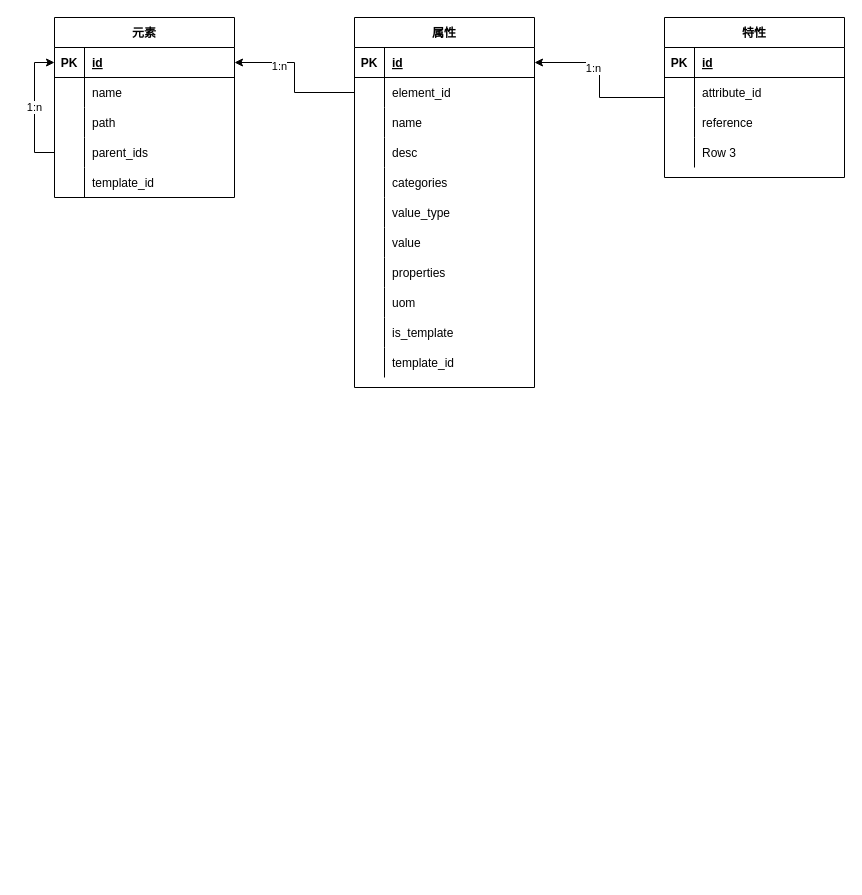
Before: 资产框架.drawio in huhailong147/Test, a draw.io diagram. Source tidied: cells renumbered, new cells numbered last; positions are measured from the earlier drawing's top-left corner, leaving out a move shared by most shapes. Both pictures are drawn from the tidied source at 100%, with x=0, y=0 at pixel (54, 17).
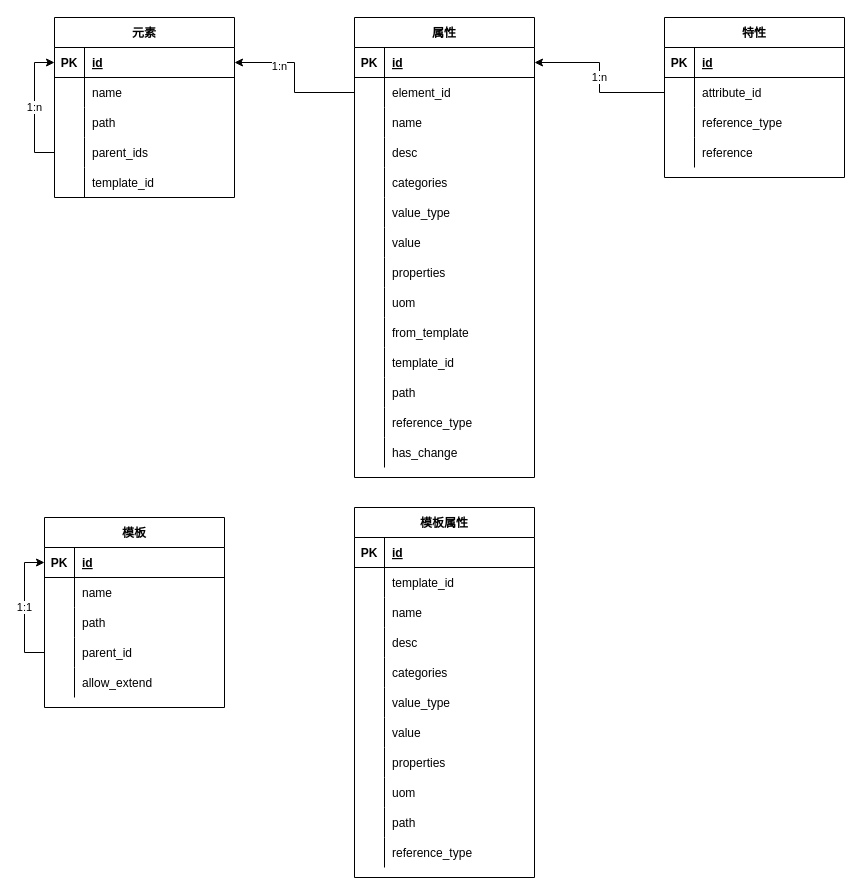
After the change.

The change refers to these unchanged cells:
```xml
<mxCell id="22" style="shape=partialRectangle;fillColor=none;top=0;left=0;bottom=1;right=0;points=[[0,0.5],[1,0.5]];portConstraint=eastwest;" parent="21" vertex="1">
  <mxGeometry y="30" width="180" height="30" as="geometry" />
</mxCell>
<mxCell id="49" style="shape=partialRectangle;fillColor=none;top=0;left=0;bottom=0;right=0;" parent="21" vertex="1">
  <mxGeometry y="300" width="180" height="30" as="geometry" />
</mxCell>
<mxCell id="57" value="特性" style="shape=table;startSize=30;childLayout=tableLayout;rowLines=0;fontStyle=1;align=center;" parent="1" vertex="1">
  <mxGeometry x="610" width="180" height="160" as="geometry" />
</mxCell>
<mxCell id="61" style="shape=partialRectangle;fillColor=none;top=0;left=0;bottom=0;right=0;points=[[0,0.5],[1,0.5]];portConstraint=eastwest;" parent="57" vertex="1">
  <mxGeometry y="60" width="180" height="30" as="geometry" />
</mxCell>
```

What changed in the source:
```diff
@@
     <mxCell id="21" value="属性" style="shape=table;startSize=30;childLayout=tableLayout;rowLines=0;fontStyle=1;align=center;" parent="1" vertex="1">
-      <mxGeometry x="300" width="180" height="370" as="geometry" />
+      <mxGeometry x="300" width="180" height="460" as="geometry" />
     </mxCell>
@@
-    <mxCell id="51" value="is_template" style="shape=partialRectangle;fillColor=none;top=0;left=0;bottom=0;right=0;align=left;spacingLeft=6;overflow=hidden;" parent="49" vertex="1">
+    <mxCell id="51" value="from_template" style="shape=partialRectangle;fillColor=none;top=0;left=0;bottom=0;right=0;align=left;spacingLeft=6;overflow=hidden;" parent="49" vertex="1">
       <mxGeometry x="30" width="150" height="30" as="geometry" />
     </mxCell>
@@
-    <mxCell id="55" style="edgeStyle=orthogonalEdgeStyle;rounded=0;jettySize=auto;html=1;entryX=1;entryY=0.5;entryDx=0;entryDy=0;" parent="1" edge="1" source="57" target="22">
-      <mxGeometry relative="1" as="geometry" />
-    </mxCell>
-    <mxCell id="56" value="1:n" style="edgeLabel;html=1;align=center;verticalAlign=middle;" parent="55" vertex="1">
-      <mxGeometry x="0.3" y="5" relative="1" as="geometry" />
-    </mxCell>
+    <mxCell id="70" style="shape=partialRectangle;fillColor=none;top=0;left=0;bottom=0;right=0;" parent="21" vertex="1">
+      <mxGeometry y="360" width="180" height="30" as="geometry" />
+    </mxCell>
+    <mxCell id="71" style="shape=partialRectangle;fillColor=none;top=0;left=0;bottom=0;right=0;overflow=hidden;" parent="70" vertex="1">
+      <mxGeometry width="30" height="30" as="geometry" />
+    </mxCell>
+    <mxCell id="72" value="path" style="shape=partialRectangle;fillColor=none;top=0;left=0;bottom=0;right=0;align=left;spacingLeft=6;overflow=hidden;" parent="70" vertex="1">
+      <mxGeometry x="30" width="150" height="30" as="geometry" />
+    </mxCell>
+    <mxCell id="73" style="shape=partialRectangle;fillColor=none;top=0;left=0;bottom=0;right=0;" parent="21" vertex="1">
+      <mxGeometry y="390" width="180" height="30" as="geometry" />
+    </mxCell>
+    <mxCell id="74" style="shape=partialRectangle;fillColor=none;top=0;left=0;bottom=0;right=0;overflow=hidden;" parent="73" vertex="1">
+      <mxGeometry width="30" height="30" as="geometry" />
+    </mxCell>
+    <mxCell id="75" value="reference_type" style="shape=partialRectangle;fillColor=none;top=0;left=0;bottom=0;right=0;align=left;spacingLeft=6;overflow=hidden;" parent="73" vertex="1">
+      <mxGeometry x="30" width="150" height="30" as="geometry" />
+    </mxCell>
+    <mxCell id="76" style="shape=partialRectangle;fillColor=none;top=0;left=0;bottom=0;right=0;" parent="21" vertex="1">
+      <mxGeometry y="420" width="180" height="30" as="geometry" />
+    </mxCell>
+    <mxCell id="77" style="shape=partialRectangle;fillColor=none;top=0;left=0;bottom=0;right=0;overflow=hidden;" parent="76" vertex="1">
+      <mxGeometry width="30" height="30" as="geometry" />
+    </mxCell>
+    <mxCell id="78" value="has_change" style="shape=partialRectangle;fillColor=none;top=0;left=0;bottom=0;right=0;align=left;spacingLeft=6;overflow=hidden;" parent="76" vertex="1">
+      <mxGeometry x="30" width="150" height="30" as="geometry" />
+    </mxCell>
@@
-    <mxCell id="64" style="shape=partialRectangle;fillColor=none;top=0;left=0;bottom=0;right=0;" parent="57" vertex="1">
-      <mxGeometry y="90" width="180" height="30" as="geometry" />
-    </mxCell>
-    <mxCell id="65" style="shape=partialRectangle;fillColor=none;top=0;left=0;bottom=0;right=0;overflow=hidden;" parent="64" vertex="1">
-      <mxGeometry width="30" height="30" as="geometry" />
-    </mxCell>
+    <mxCell id="79" style="shape=partialRectangle;fillColor=none;top=0;left=0;bottom=0;right=0;" parent="57" vertex="1">
+      <mxGeometry y="90" width="180" height="30" as="geometry" />
+    </mxCell>
+    <mxCell id="80" style="shape=partialRectangle;fillColor=none;top=0;left=0;bottom=0;right=0;overflow=hidden;" parent="79" vertex="1">
+      <mxGeometry width="30" height="30" as="geometry" />
+    </mxCell>
+    <mxCell id="81" value="reference_type" style="shape=partialRectangle;fillColor=none;top=0;left=0;bottom=0;right=0;align=left;spacingLeft=6;overflow=hidden;" parent="79" vertex="1">
+      <mxGeometry x="30" width="150" height="30" as="geometry" />
+    </mxCell>
+    <mxCell id="82" style="shape=partialRectangle;fillColor=none;top=0;left=0;bottom=0;right=0;" parent="57" vertex="1">
+      <mxGeometry y="120" width="180" height="30" as="geometry" />
+    </mxCell>
+    <mxCell id="83" style="shape=partialRectangle;fillColor=none;top=0;left=0;bottom=0;right=0;overflow=hidden;" parent="82" vertex="1">
+      <mxGeometry width="30" height="30" as="geometry" />
+    </mxCell>
-    <mxCell id="66" value="reference" style="shape=partialRectangle;fillColor=none;top=0;left=0;bottom=0;right=0;align=left;spacingLeft=6;overflow=hidden;" parent="64" vertex="1">
+    <mxCell id="66" value="reference" style="shape=partialRectangle;fillColor=none;top=0;left=0;bottom=0;right=0;align=left;spacingLeft=6;overflow=hidden;" parent="82" vertex="1">
       <mxGeometry x="30" width="150" height="30" as="geometry" />
     </mxCell>
-    <mxCell id="67" style="shape=partialRectangle;fillColor=none;top=0;left=0;bottom=0;right=0;" parent="57" vertex="1">
-      <mxGeometry y="120" width="180" height="30" as="geometry" />
-    </mxCell>
-    <mxCell id="68" style="shape=partialRectangle;fillColor=none;top=0;left=0;bottom=0;right=0;overflow=hidden;" parent="67" vertex="1">
-      <mxGeometry width="30" height="30" as="geometry" />
-    </mxCell>
-    <mxCell id="69" value="Row 3" style="shape=partialRectangle;fillColor=none;top=0;left=0;bottom=0;right=0;align=left;spacingLeft=6;overflow=hidden;" parent="67" vertex="1">
-      <mxGeometry x="30" width="150" height="30" as="geometry" />
-    </mxCell>
+    <mxCell id="56" value="1:n" style="edgeStyle=orthogonalEdgeStyle;rounded=0;jettySize=auto;html=1;entryX=1;entryY=0.5;entryDx=0;entryDy=0;" parent="1" edge="1" source="61" target="22">
+      <mxGeometry relative="1" as="geometry" />
+    </mxCell>
+    <mxCell id="84" value="模板" style="shape=table;startSize=30;childLayout=tableLayout;rowLines=0;fontStyle=1;align=center;" parent="1" vertex="1">
+      <mxGeometry x="-10" y="500" width="180" height="190" as="geometry" />
+    </mxCell>
+    <mxCell id="85" style="shape=partialRectangle;fillColor=none;top=0;left=0;bottom=1;right=0;points=[[0,0.5],[1,0.5]];portConstraint=eastwest;" parent="84" vertex="1">
+      <mxGeometry y="30" width="180" height="30" as="geometry" />
+    </mxCell>
+    <mxCell id="86" value="PK" style="shape=partialRectangle;fillColor=none;top=0;left=0;bottom=0;right=0;fontStyle=1;overflow=hidden;" parent="85" vertex="1">
+      <mxGeometry width="30" height="30" as="geometry" />
+    </mxCell>
+    <mxCell id="87" value="id" style="shape=partialRectangle;fillColor=none;top=0;left=0;bottom=0;right=0;align=left;spacingLeft=6;fontStyle=5;overflow=hidden;" parent="85" vertex="1">
+      <mxGeometry x="30" width="150" height="30" as="geometry" />
+    </mxCell>
+    <mxCell id="88" style="shape=partialRectangle;fillColor=none;top=0;left=0;bottom=0;right=0;" parent="84" vertex="1">
+      <mxGeometry y="60" width="180" height="30" as="geometry" />
+    </mxCell>
+    <mxCell id="89" style="shape=partialRectangle;fillColor=none;top=0;left=0;bottom=0;right=0;overflow=hidden;" parent="88" vertex="1">
+      <mxGeometry width="30" height="30" as="geometry" />
+    </mxCell>
+    <mxCell id="90" value="name" style="shape=partialRectangle;fillColor=none;top=0;left=0;bottom=0;right=0;align=left;spacingLeft=6;overflow=hidden;" parent="88" vertex="1">
+      <mxGeometry x="30" width="150" height="30" as="geometry" />
+    </mxCell>
+    <mxCell id="91" style="shape=partialRectangle;fillColor=none;top=0;left=0;bottom=0;right=0;" parent="84" vertex="1">
+      <mxGeometry y="90" width="180" height="30" as="geometry" />
+    </mxCell>
+    <mxCell id="92" style="shape=partialRectangle;fillColor=none;top=0;left=0;bottom=0;right=0;overflow=hidden;" parent="91" vertex="1">
+      <mxGeometry width="30" height="30" as="geometry" />
+    </mxCell>
+    <mxCell id="93" value="path" style="shape=partialRectangle;fillColor=none;top=0;left=0;bottom=0;right=0;align=left;spacingLeft=6;overflow=hidden;" parent="91" vertex="1">
+      <mxGeometry x="30" width="150" height="30" as="geometry" />
+    </mxCell>
+    <mxCell id="94" value="1:1" style="edgeStyle=orthogonalEdgeStyle;rounded=0;jettySize=auto;html=1;entryX=0;entryY=0.5;entryDx=0;entryDy=0;" parent="84" edge="1" source="95" target="85">
+      <mxGeometry relative="1" as="geometry" />
+    </mxCell>
+    <mxCell id="95" style="shape=partialRectangle;fillColor=none;top=0;left=0;bottom=0;right=0;points=[[0,0.5],[1,0.5]];portConstraint=eastwest;" parent="84" vertex="1">
+      <mxGeometry y="120" width="180" height="30" as="geometry" />
+    </mxCell>
+    <mxCell id="96" style="shape=partialRectangle;fillColor=none;top=0;left=0;bottom=0;right=0;overflow=hidden;" parent="95" vertex="1">
+      <mxGeometry width="30" height="30" as="geometry" />
+    </mxCell>
+    <mxCell id="97" value="parent_id" style="shape=partialRectangle;fillColor=none;top=0;left=0;bottom=0;right=0;align=left;spacingLeft=6;overflow=hidden;" parent="95" vertex="1">
+      <mxGeometry x="30" width="150" height="30" as="geometry" />
+    </mxCell>
+    <mxCell id="98" style="shape=partialRectangle;fillColor=none;top=0;left=0;bottom=0;right=0;" parent="84" vertex="1">
+      <mxGeometry y="150" width="180" height="30" as="geometry" />
+    </mxCell>
+    <mxCell id="99" style="shape=partialRectangle;fillColor=none;top=0;left=0;bottom=0;right=0;overflow=hidden;" parent="98" vertex="1">
+      <mxGeometry width="30" height="30" as="geometry" />
+    </mxCell>
+    <mxCell id="100" value="allow_extend" style="shape=partialRectangle;fillColor=none;top=0;left=0;bottom=0;right=0;align=left;spacingLeft=6;overflow=hidden;" parent="98" vertex="1">
+      <mxGeometry x="30" width="150" height="30" as="geometry" />
+    </mxCell>
+    <mxCell id="101" value="模板属性" style="shape=table;startSize=30;childLayout=tableLayout;rowLines=0;fontStyle=1;align=center;" parent="1" vertex="1">
+      <mxGeometry x="300" y="490" width="180" height="370" as="geometry" />
+    </mxCell>
+    <mxCell id="102" style="shape=partialRectangle;fillColor=none;top=0;left=0;bottom=1;right=0;" parent="101" vertex="1">
+      <mxGeometry y="30" width="180" height="30" as="geometry" />
+    </mxCell>
+    <mxCell id="103" value="PK" style="shape=partialRectangle;fillColor=none;top=0;left=0;bottom=0;right=0;fontStyle=1;overflow=hidden;" parent="102" vertex="1">
+      <mxGeometry width="30" height="30" as="geometry" />
+    </mxCell>
+    <mxCell id="104" value="id" style="shape=partialRectangle;fillColor=none;top=0;left=0;bottom=0;right=0;align=left;spacingLeft=6;fontStyle=5;overflow=hidden;" parent="102" vertex="1">
+      <mxGeometry x="30" width="150" height="30" as="geometry" />
+    </mxCell>
+    <mxCell id="105" style="shape=partialRectangle;fillColor=none;top=0;left=0;bottom=0;right=0;" parent="101" vertex="1">
+      <mxGeometry y="60" width="180" height="30" as="geometry" />
+    </mxCell>
+    <mxCell id="106" style="shape=partialRectangle;fillColor=none;top=0;left=0;bottom=0;right=0;overflow=hidden;" parent="105" vertex="1">
+      <mxGeometry width="30" height="30" as="geometry" />
+    </mxCell>
+    <mxCell id="107" value="template_id" style="shape=partialRectangle;fillColor=none;top=0;left=0;bottom=0;right=0;align=left;spacingLeft=6;overflow=hidden;" parent="105" vertex="1">
+      <mxGeometry x="30" width="150" height="30" as="geometry" />
+    </mxCell>
+    <mxCell id="108" style="shape=partialRectangle;fillColor=none;top=0;left=0;bottom=0;right=0;" parent="101" vertex="1">
+      <mxGeometry y="90" width="180" height="30" as="geometry" />
+    </mxCell>
+    <mxCell id="109" style="shape=partialRectangle;fillColor=none;top=0;left=0;bottom=0;right=0;overflow=hidden;" parent="108" vertex="1">
+      <mxGeometry width="30" height="30" as="geometry" />
+    </mxCell>
+    <mxCell id="110" value="name" style="shape=partialRectangle;fillColor=none;top=0;left=0;bottom=0;right=0;align=left;spacingLeft=6;overflow=hidden;" parent="108" vertex="1">
+      <mxGeometry x="30" width="150" height="30" as="geometry" />
+    </mxCell>
+    <mxCell id="111" style="shape=partialRectangle;fillColor=none;top=0;left=0;bottom=0;right=0;" parent="101" vertex="1">
+      <mxGeometry y="120" width="180" height="30" as="geometry" />
+    </mxCell>
+    <mxCell id="112" style="shape=partialRectangle;fillColor=none;top=0;left=0;bottom=0;right=0;overflow=hidden;" parent="111" vertex="1">
+      <mxGeometry width="30" height="30" as="geometry" />
+    </mxCell>
+    <mxCell id="113" value="desc" style="shape=partialRectangle;fillColor=none;top=0;left=0;bottom=0;right=0;align=left;spacingLeft=6;overflow=hidden;" parent="111" vertex="1">
+      <mxGeometry x="30" width="150" height="30" as="geometry" />
+    </mxCell>
+    <mxCell id="114" style="shape=partialRectangle;fillColor=none;top=0;left=0;bottom=0;right=0;" parent="101" vertex="1">
+      <mxGeometry y="150" width="180" height="30" as="geometry" />
+    </mxCell>
+    <mxCell id="115" style="shape=partialRectangle;fillColor=none;top=0;left=0;bottom=0;right=0;overflow=hidden;" parent="114" vertex="1">
+      <mxGeometry width="30" height="30" as="geometry" />
+    </mxCell>
+    <mxCell id="116" value="categories" style="shape=partialRectangle;fillColor=none;top=0;left=0;bottom=0;right=0;align=left;spacingLeft=6;overflow=hidden;" parent="114" vertex="1">
+      <mxGeometry x="30" width="150" height="30" as="geometry" />
+    </mxCell>
+    <mxCell id="117" style="shape=partialRectangle;fillColor=none;top=0;left=0;bottom=0;right=0;" parent="101" vertex="1">
+      <mxGeometry y="180" width="180" height="30" as="geometry" />
+    </mxCell>
+    <mxCell id="118" style="shape=partialRectangle;fillColor=none;top=0;left=0;bottom=0;right=0;overflow=hidden;" parent="117" vertex="1">
+      <mxGeometry width="30" height="30" as="geometry" />
+    </mxCell>
+    <mxCell id="119" value="value_type" style="shape=partialRectangle;fillColor=none;top=0;left=0;bottom=0;right=0;align=left;spacingLeft=6;overflow=hidden;" parent="117" vertex="1">
+      <mxGeometry x="30" width="150" height="30" as="geometry" />
+    </mxCell>
+    <mxCell id="120" style="shape=partialRectangle;fillColor=none;top=0;left=0;bottom=0;right=0;" parent="101" vertex="1">
+      <mxGeometry y="210" width="180" height="30" as="geometry" />
+    </mxCell>
+    <mxCell id="121" style="shape=partialRectangle;fillColor=none;top=0;left=0;bottom=0;right=0;overflow=hidden;" parent="120" vertex="1">
+      <mxGeometry width="30" height="30" as="geometry" />
+    </mxCell>
+    <mxCell id="122" value="value" style="shape=partialRectangle;fillColor=none;top=0;left=0;bottom=0;right=0;align=left;spacingLeft=6;overflow=hidden;" parent="120" vertex="1">
+      <mxGeometry x="30" width="150" height="30" as="geometry" />
+    </mxCell>
+    <mxCell id="123" style="shape=partialRectangle;fillColor=none;top=0;left=0;bottom=0;right=0;" parent="101" vertex="1">
+      <mxGeometry y="240" width="180" height="30" as="geometry" />
+    </mxCell>
+    <mxCell id="124" style="shape=partialRectangle;fillColor=none;top=0;left=0;bottom=0;right=0;overflow=hidden;" parent="123" vertex="1">
+      <mxGeometry width="30" height="30" as="geometry" />
+    </mxCell>
+    <mxCell id="125" value="properties" style="shape=partialRectangle;fillColor=none;top=0;left=0;bottom=0;right=0;align=left;spacingLeft=6;overflow=hidden;" parent="123" vertex="1">
+      <mxGeometry x="30" width="150" height="30" as="geometry" />
+    </mxCell>
+    <mxCell id="126" style="shape=partialRectangle;fillColor=none;top=0;left=0;bottom=0;right=0;" parent="101" vertex="1">
+      <mxGeometry y="270" width="180" height="30" as="geometry" />
+    </mxCell>
+    <mxCell id="127" style="shape=partialRectangle;fillColor=none;top=0;left=0;bottom=0;right=0;overflow=hidden;" parent="126" vertex="1">
+      <mxGeometry width="30" height="30" as="geometry" />
+    </mxCell>
+    <mxCell id="128" value="uom" style="shape=partialRectangle;fillColor=none;top=0;left=0;bottom=0;right=0;align=left;spacingLeft=6;overflow=hidden;" parent="126" vertex="1">
+      <mxGeometry x="30" width="150" height="30" as="geometry" />
+    </mxCell>
+    <mxCell id="129" style="shape=partialRectangle;fillColor=none;top=0;left=0;bottom=0;right=0;" parent="101" vertex="1">
+      <mxGeometry y="300" width="180" height="30" as="geometry" />
+    </mxCell>
+    <mxCell id="130" style="shape=partialRectangle;fillColor=none;top=0;left=0;bottom=0;right=0;overflow=hidden;" parent="129" vertex="1">
+      <mxGeometry width="30" height="30" as="geometry" />
+    </mxCell>
+    <mxCell id="131" value="path" style="shape=partialRectangle;fillColor=none;top=0;left=0;bottom=0;right=0;align=left;spacingLeft=6;overflow=hidden;" parent="129" vertex="1">
+      <mxGeometry x="30" width="150" height="30" as="geometry" />
+    </mxCell>
+    <mxCell id="132" style="shape=partialRectangle;fillColor=none;top=0;left=0;bottom=0;right=0;" parent="101" vertex="1">
+      <mxGeometry y="330" width="180" height="30" as="geometry" />
+    </mxCell>
+    <mxCell id="133" style="shape=partialRectangle;fillColor=none;top=0;left=0;bottom=0;right=0;overflow=hidden;" parent="132" vertex="1">
+      <mxGeometry width="30" height="30" as="geometry" />
+    </mxCell>
+    <mxCell id="134" value="reference_type" style="shape=partialRectangle;fillColor=none;top=0;left=0;bottom=0;right=0;align=left;spacingLeft=6;overflow=hidden;" parent="132" vertex="1">
+      <mxGeometry x="30" width="150" height="30" as="geometry" />
+    </mxCell>
```
